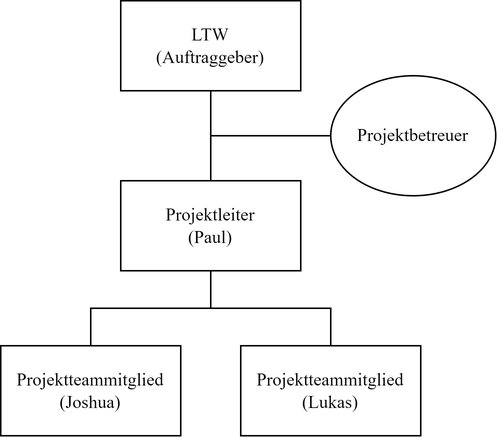
jokil123/Fahrradturm keeps this draw.io diagram as Diplomarbeit/images/projektorganigramm.png. Above is the earlier version. Source tidied: cells renumbered, new cells last; positions are measured from the earlier drawing's top-left corner, leaving out a move shared by most shapes.
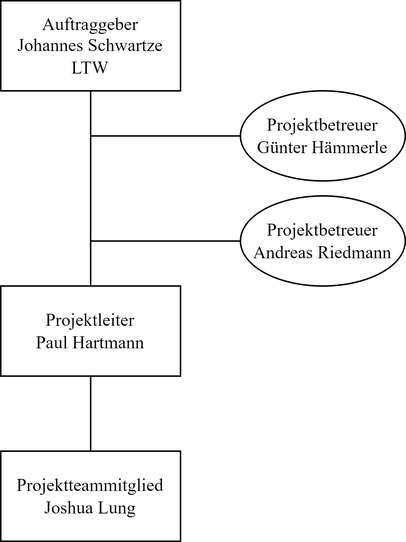
After the change.

What changed in the source:
```diff
@@ -5,29 +5,29 @@
     <mxCell id="2" style="edgeStyle=none;html=1;endArrow=none;endFill=0;fontFamily=Times New Roman;" parent="1" edge="1" source="3" target="6">
       <mxGeometry relative="1" as="geometry" />
     </mxCell>
-    <mxCell id="3" value="LTW&lt;br&gt;(Auftraggeber)" style="rounded=0;whiteSpace=wrap;html=1;fontFamily=Times New Roman;" parent="1" vertex="1">
-      <mxGeometry x="80" width="120" height="60" as="geometry" />
+    <mxCell id="3" value="Auftraggeber&lt;br&gt;Johannes Schwartze LTW" style="rounded=0;whiteSpace=wrap;html=1;fontFamily=Times New Roman;" parent="1" vertex="1">
+      <mxGeometry x="80" y="-70" width="120" height="60" as="geometry" />
     </mxCell>
-    <mxCell id="4" style="edgeStyle=orthogonalEdgeStyle;html=1;endArrow=none;endFill=0;rounded=0;fontFamily=Times New Roman;" parent="1" edge="1" source="6" target="8">
-      <mxGeometry relative="1" as="geometry" />
-    </mxCell>
     <mxCell id="5" style="edgeStyle=orthogonalEdgeStyle;rounded=0;html=1;endArrow=none;endFill=0;fontFamily=Times New Roman;" parent="1" edge="1" source="6" target="7">
       <mxGeometry relative="1" as="geometry" />
     </mxCell>
-    <mxCell id="6" value="Projektleiter&lt;br&gt;(Paul)" style="rounded=0;whiteSpace=wrap;html=1;fontFamily=Times New Roman;" parent="1" vertex="1">
+    <mxCell id="6" value="Projektleiter&lt;br&gt;Paul Hartmann" style="rounded=0;whiteSpace=wrap;html=1;fontFamily=Times New Roman;" parent="1" vertex="1">
       <mxGeometry x="80" y="120" width="120" height="60" as="geometry" />
     </mxCell>
-    <mxCell id="7" value="Projektteammitglied&lt;br&gt;(Joshua)" style="rounded=0;whiteSpace=wrap;html=1;fontFamily=Times New Roman;" parent="1" vertex="1">
-      <mxGeometry y="230" width="120" height="60" as="geometry" />
+    <mxCell id="7" value="Projektteammitglied&lt;br&gt;Joshua Lung" style="rounded=0;whiteSpace=wrap;html=1;fontFamily=Times New Roman;" parent="1" vertex="1">
+      <mxGeometry x="80" y="230" width="120" height="60" as="geometry" />
     </mxCell>
-    <mxCell id="8" value="Projektteammitglied&lt;br&gt;(Lukas)" style="rounded=0;whiteSpace=wrap;html=1;fontFamily=Times New Roman;" parent="1" vertex="1">
-      <mxGeometry x="160" y="230" width="120" height="60" as="geometry" />
-    </mxCell>
     <mxCell id="9" style="edgeStyle=orthogonalEdgeStyle;rounded=0;html=1;entryX=0.5;entryY=0;entryDx=0;entryDy=0;endArrow=none;endFill=0;fontFamily=Times New Roman;" parent="1" edge="1" source="10" target="6">
       <mxGeometry relative="1" as="geometry" />
     </mxCell>
-    <mxCell id="10" value="Projektbetreuer" style="ellipse;whiteSpace=wrap;html=1;fontFamily=Times New Roman;" parent="1" vertex="1">
-      <mxGeometry x="220" y="50" width="110" height="80" as="geometry" />
+    <mxCell id="10" value="Projektbetreuer&lt;br&gt;Günter Hämmerle" style="ellipse;whiteSpace=wrap;html=1;fontFamily=Times New Roman;" parent="1" vertex="1">
+      <mxGeometry x="240" y="-10" width="110" height="60" as="geometry" />
     </mxCell>
+    <mxCell id="11" style="edgeStyle=orthogonalEdgeStyle;rounded=0;html=1;entryX=0.5;entryY=0;entryDx=0;entryDy=0;endArrow=none;endFill=0;" parent="1" edge="1" source="12" target="6">
+      <mxGeometry relative="1" as="geometry" />
+    </mxCell>
+    <mxCell id="12" value="Projektbetreuer&lt;br&gt;Andreas Riedmann" style="ellipse;whiteSpace=wrap;html=1;fontFamily=Times New Roman;" parent="1" vertex="1">
+      <mxGeometry x="240" y="60" width="110" height="60" as="geometry" />
+    </mxCell>
   </root>
 </mxGraphModel>
```
